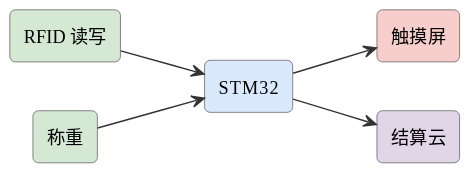
Above: assets/diagrams/ideas-fig86.svg in mingyi0818/IntelligentMcuCourse (PlantUML), before the change.
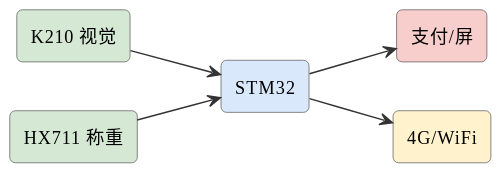
Later version of the same file.

Diff of the diagram source:
```diff
@@ -6,13 +6,13 @@
 skinparam arrowFontSize 11
 skinparam arrowColor #333
 left to right direction
-rectangle "RFID 读写" as rfid #d5e8d4
-rectangle "称重" as w #d5e8d4
+rectangle "K210 视觉" as cam #d5e8d4
+rectangle "HX711 称重" as hx #d5e8d4
 rectangle "STM32" as stm #dae8fc
-rectangle "触摸屏" as scr #f8cecc
-rectangle "结算云" as cloud #e1d5e8
-rfid --> stm
-w --> stm
-stm --> scr
-stm --> cloud
+rectangle "支付/屏" as pay #f8cecc
+rectangle "4G/WiFi" as net #fff2cc
+cam --> stm
+hx --> stm
+stm --> pay
+stm --> net
 @enduml
```
